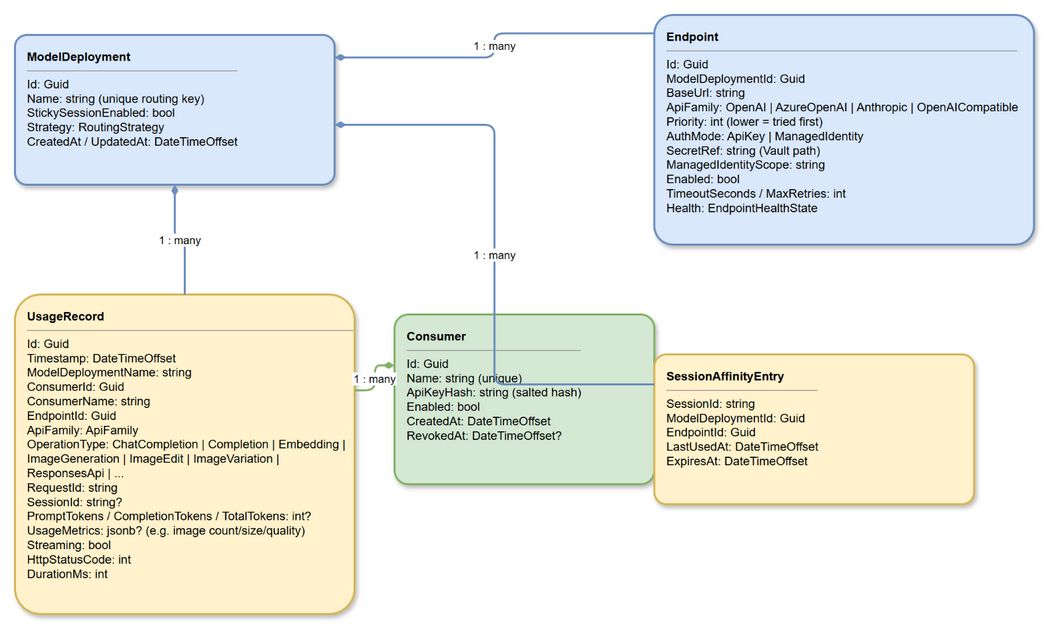
Earlier version of the draw.io export specs/architecture/diagrams/02-domain-model.png (azureholic/AIProxyPlus). Source tidied: cells renumbered, new cells last; positions are measured from the earlier drawing's top-left corner, leaving out a move shared by most shapes.
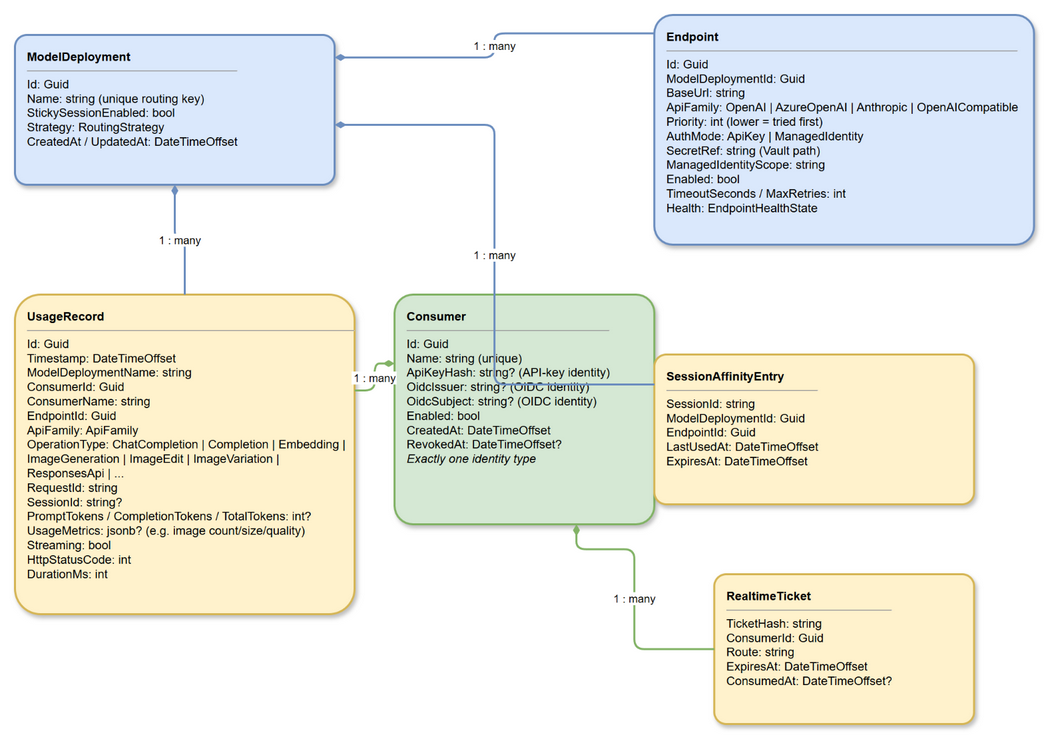
Later version of the same file.

What changed in the source:
```diff
@@ -11,9 +11,12 @@
     <mxCell id="4" value="&lt;b&gt;UsageRecord&lt;/b&gt;&lt;hr size=1&gt;Id: Guid&lt;br&gt;Timestamp: DateTimeOffset&lt;br&gt;ModelDeploymentName: string&lt;br&gt;ConsumerId: Guid&lt;br&gt;ConsumerName: string&lt;br&gt;EndpointId: Guid&lt;br&gt;ApiFamily: ApiFamily&lt;br&gt;OperationType: ChatCompletion | Completion | Embedding | ImageGeneration | ImageEdit | ImageVariation | ResponsesApi | ...&lt;br&gt;RequestId: string&lt;br&gt;SessionId: string?&lt;br&gt;PromptTokens / CompletionTokens / TotalTokens: int?&lt;br&gt;UsageMetrics: jsonb? (e.g. image count/size/quality)&lt;br&gt;Streaming: bool&lt;br&gt;HttpStatusCode: int&lt;br&gt;DurationMs: int" style="rounded=1;whiteSpace=wrap;html=1;fillColor=#fff2cc;strokeColor=#d6b656;strokeWidth=2;arcSize=8;shadow=1;align=left;verticalAlign=top;spacingLeft=10;spacingTop=8;fontSize=12;" parent="1" vertex="1">
       <mxGeometry y="280" width="340" height="320" as="geometry" />
     </mxCell>
-    <mxCell id="5" value="&lt;b&gt;Consumer&lt;/b&gt;&lt;hr size=1&gt;Id: Guid&lt;br&gt;Name: string (unique)&lt;br&gt;ApiKeyHash: string (salted hash)&lt;br&gt;Enabled: bool&lt;br&gt;CreatedAt: DateTimeOffset&lt;br&gt;RevokedAt: DateTimeOffset?" style="rounded=1;whiteSpace=wrap;html=1;fillColor=#d5e8d4;strokeColor=#82b366;strokeWidth=2;arcSize=8;shadow=1;align=left;verticalAlign=top;spacingLeft=10;spacingTop=8;fontSize=12;" parent="1" vertex="1">
-      <mxGeometry x="380" y="300" width="260" height="170" as="geometry" />
+    <mxCell id="5" value="&lt;b&gt;Consumer&lt;/b&gt;&lt;hr size=1&gt;Id: Guid&lt;br&gt;Name: string (unique)&lt;br&gt;ApiKeyHash: string? (API-key identity)&lt;br&gt;OidcIssuer: string? (OIDC identity)&lt;br&gt;OidcSubject: string? (OIDC identity)&lt;br&gt;Enabled: bool&lt;br&gt;CreatedAt: DateTimeOffset&lt;br&gt;RevokedAt: DateTimeOffset?&lt;br&gt;&lt;i&gt;Exactly one identity type&lt;/i&gt;" style="rounded=1;whiteSpace=wrap;html=1;fillColor=#d5e8d4;strokeColor=#82b366;strokeWidth=2;arcSize=8;shadow=1;align=left;verticalAlign=top;spacingLeft=10;spacingTop=8;fontSize=12;" parent="1" vertex="1">
+      <mxGeometry x="380" y="280" width="260" height="230" as="geometry" />
     </mxCell>
+    <mxCell id="11" value="&lt;b&gt;RealtimeTicket&lt;/b&gt;&lt;hr size=1&gt;TicketHash: string&lt;br&gt;ConsumerId: Guid&lt;br&gt;Route: string&lt;br&gt;ExpiresAt: DateTimeOffset&lt;br&gt;ConsumedAt: DateTimeOffset?" style="rounded=1;whiteSpace=wrap;html=1;fillColor=#fff2cc;strokeColor=#d6b656;strokeWidth=2;arcSize=8;shadow=1;align=left;verticalAlign=top;spacingLeft=10;spacingTop=8;fontSize=12;" parent="1" vertex="1">
+      <mxGeometry x="700" y="560" width="260" height="150" as="geometry" />
+    </mxCell>
     <mxCell id="6" value="&lt;b&gt;SessionAffinityEntry&lt;/b&gt;&lt;hr size=1&gt;SessionId: string&lt;br&gt;ModelDeploymentId: Guid&lt;br&gt;EndpointId: Guid&lt;br&gt;LastUsedAt: DateTimeOffset&lt;br&gt;ExpiresAt: DateTimeOffset" style="rounded=1;whiteSpace=wrap;html=1;fillColor=#fff2cc;strokeColor=#d6b656;strokeWidth=2;arcSize=8;shadow=1;align=left;verticalAlign=top;spacingLeft=10;spacingTop=8;fontSize=12;" parent="1" vertex="1">
       <mxGeometry x="640" y="340" width="320" height="150" as="geometry" />
     </mxCell>
@@ -29,5 +32,13 @@
     <mxCell id="10" value="1 : many" style="edgeStyle=orthogonalEdgeStyle;rounded=1;strokeColor=#82b366;strokeWidth=2;fontSize=11;startArrow=diamondThin;startFill=1;endArrow=none;labelBackgroundColor=#ffffff;exitX=0;exitY=0.3;exitDx=0;exitDy=0;entryX=1;entryY=0.3;entryDx=0;entryDy=0;" parent="1" edge="1" source="5" target="4">
       <mxGeometry relative="1" as="geometry" />
     </mxCell>
+    <mxCell id="12" value="1 : many" style="edgeStyle=orthogonalEdgeStyle;rounded=1;strokeColor=#82b366;strokeWidth=2;fontSize=11;startArrow=diamondThin;startFill=1;endArrow=none;labelBackgroundColor=#ffffff;exitX=0.7;exitY=1;entryX=0;entryY=0.5;" parent="1" edge="1" source="5" target="11">
+      <mxGeometry relative="1" as="geometry">
+        <Array as="points">
+          <mxPoint x="562" y="535" />
+          <mxPoint x="620" y="635" />
+        </Array>
+      </mxGeometry>
+    </mxCell>
   </root>
 </mxGraphModel>
```
